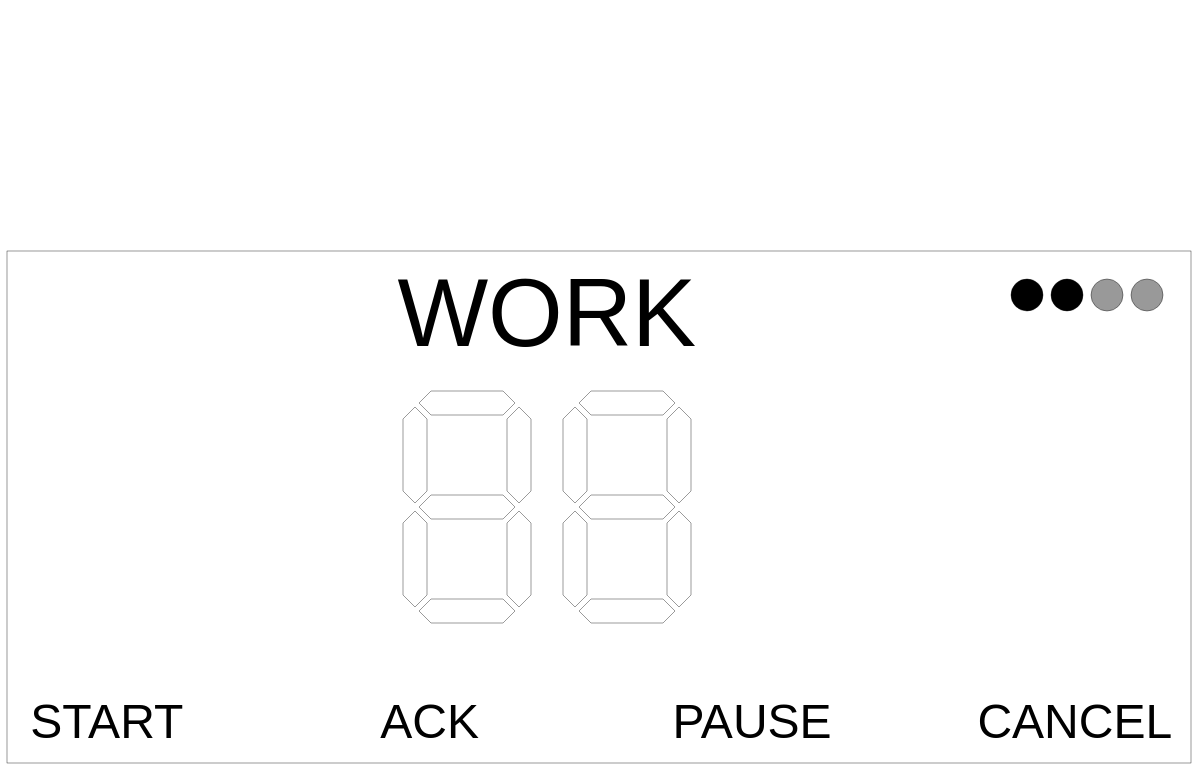
The draw.io diagram docs/Screen Layout.drawio in Legohead259/MagTag-Pomodoro-Timer, before the edit. Source tidied: cells renumbered, new cells numbered last; positions are measured from the earlier drawing's top-left corner, leaving out a move shared by most shapes. Both pictures are drawn from the tidied source at 40%, with x=0, y=0 at pixel (7, 251).
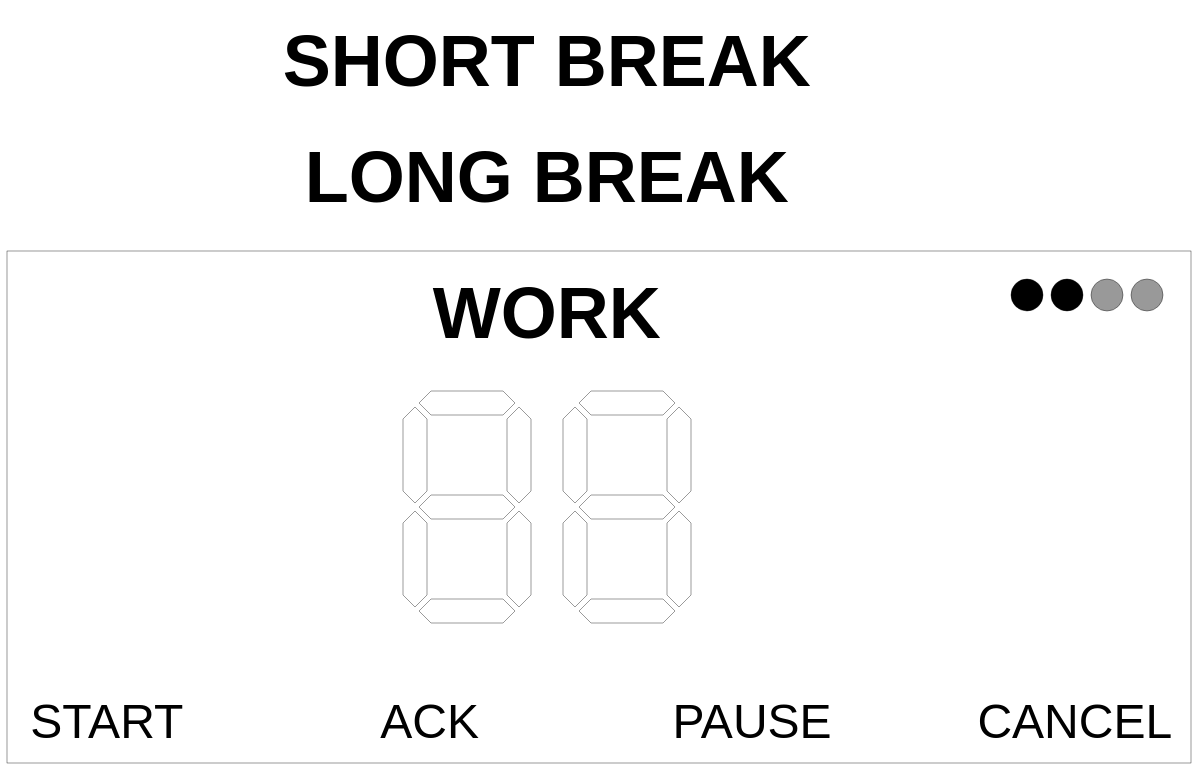
The same page after the edit.

What changed in the source:
```diff
@@
-    <mxCell id="28" value="&lt;font style=&quot;font-size: 240px;&quot;&gt;WORK&lt;/font&gt;" style="text;html=1;align=center;verticalAlign=middle;whiteSpace=wrap;rounded=0;fontSize=120;" parent="1" vertex="1">
-      <mxGeometry x="940" y="20" width="820" height="270" as="geometry" />
+    <mxCell id="28" value="&lt;font size=&quot;1&quot; style=&quot;&quot;&gt;&lt;b style=&quot;font-size: 180px;&quot;&gt;WORK&lt;/b&gt;&lt;/font&gt;" style="text;html=1;align=center;verticalAlign=middle;whiteSpace=wrap;rounded=0;fontSize=120;" parent="1" vertex="1">
+      <mxGeometry x="1050" y="70" width="600" height="170" as="geometry" />
     </mxCell>
+    <mxCell id="29" value="&lt;b style=&quot;&quot;&gt;&lt;font style=&quot;font-size: 180px;&quot;&gt;SHORT BREAK&lt;/font&gt;&lt;/b&gt;" style="text;html=1;align=center;verticalAlign=middle;whiteSpace=wrap;rounded=0;fontSize=120;" parent="1" vertex="1">
+      <mxGeometry x="680" y="-610" width="1340" height="270" as="geometry" />
+    </mxCell>
+    <mxCell id="30" value="&lt;b style=&quot;&quot;&gt;&lt;font style=&quot;font-size: 180px;&quot;&gt;LONG BREAK&lt;/font&gt;&lt;/b&gt;" style="text;html=1;align=center;verticalAlign=middle;whiteSpace=wrap;rounded=0;fontSize=120;" parent="1" vertex="1">
+      <mxGeometry x="730" y="-320" width="1240" height="270" as="geometry" />
+    </mxCell>
```
